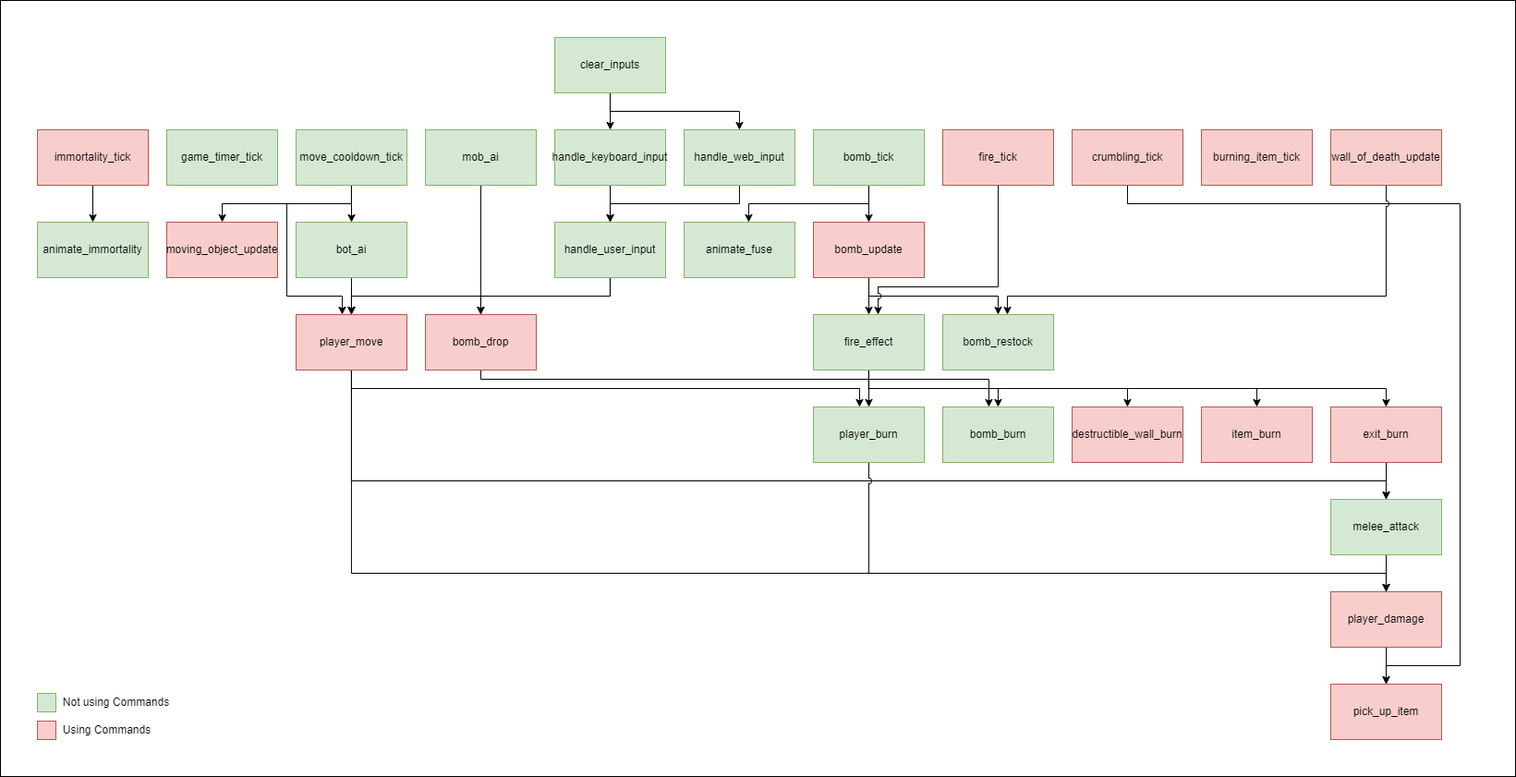
The draw.io diagram doc/systems_graph.drawio.png in aleksa2808/ascii-bomb-ecs, before a commit. Source tidied: cells renumbered, new cells last; positions are measured from the earlier drawing's top-left corner, leaving out a move shared by most shapes.
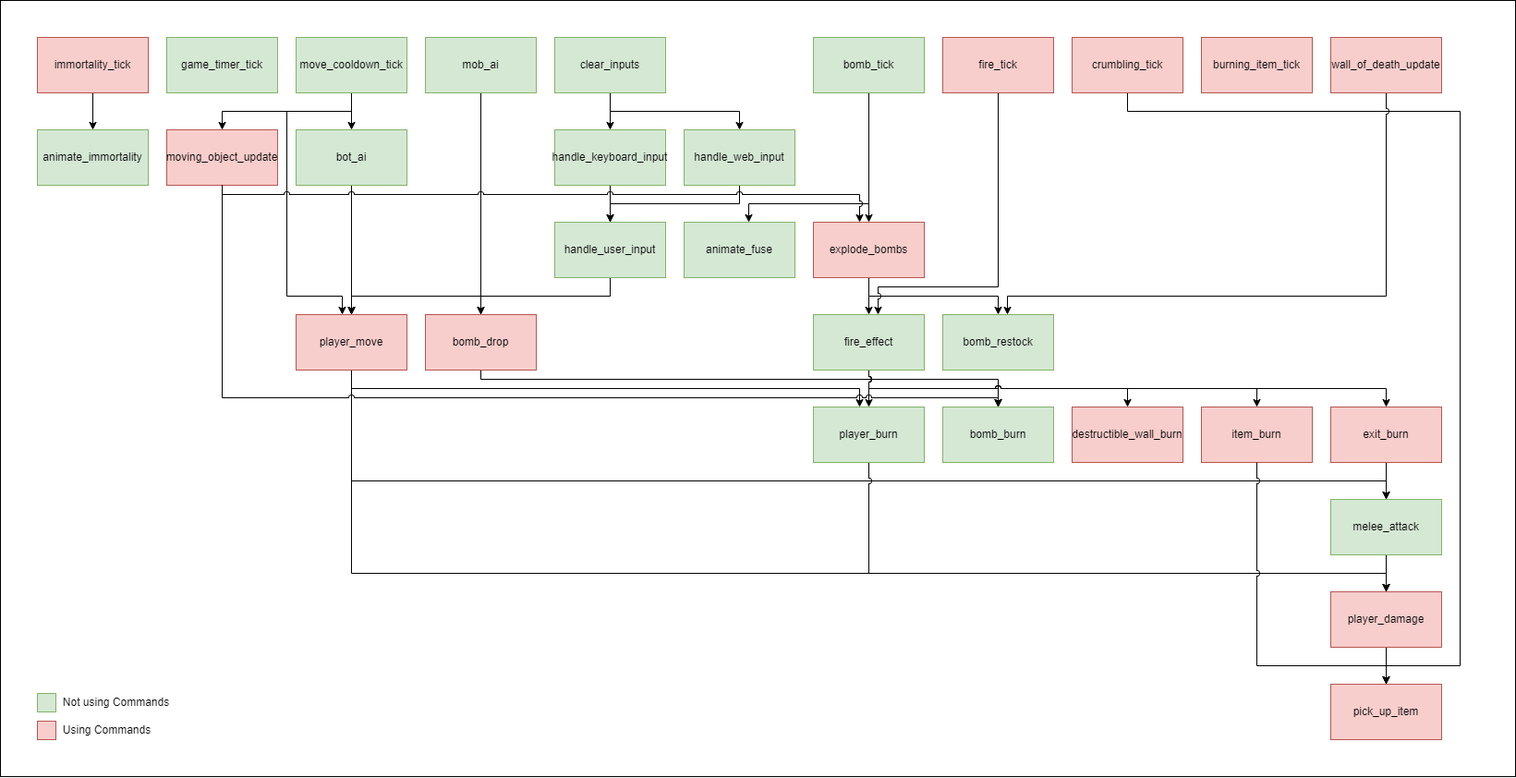
The same diagram one commit later.

Diff of the diagram source:
```diff
@@ -6,7 +6,7 @@
       <mxGeometry width="1640" height="840" as="geometry" />
     </mxCell>
     <mxCell id="3" value="game_timer_tick" style="rounded=0;whiteSpace=wrap;html=1;fillColor=#d5e8d4;strokeColor=#82b366;" parent="1" vertex="1">
-      <mxGeometry x="180" y="140" width="120" height="60" as="geometry" />
+      <mxGeometry x="180" y="40" width="120" height="60" as="geometry" />
     </mxCell>
     <mxCell id="4" style="edgeStyle=orthogonalEdgeStyle;rounded=0;jettySize=auto;html=1;" parent="1" edge="1" source="7" target="20">
       <mxGeometry relative="1" as="geometry" />
@@ -14,8 +14,8 @@
     <mxCell id="5" style="edgeStyle=orthogonalEdgeStyle;rounded=0;jettySize=auto;html=1;" parent="1" edge="1" source="7" target="24">
       <mxGeometry relative="1" as="geometry">
         <Array as="points">
-          <mxPoint x="380" y="220" />
-          <mxPoint x="310" y="220" />
+          <mxPoint x="380" y="120" />
+          <mxPoint x="310" y="120" />
           <mxPoint x="310" y="320" />
           <mxPoint x="370" y="320" />
         </Array>
@@ -24,13 +24,13 @@
     <mxCell id="6" style="edgeStyle=orthogonalEdgeStyle;rounded=0;jettySize=auto;html=1;" parent="1" edge="1" source="7" target="25">
       <mxGeometry relative="1" as="geometry">
         <Array as="points">
-          <mxPoint x="380" y="220" />
-          <mxPoint x="240" y="220" />
+          <mxPoint x="380" y="120" />
+          <mxPoint x="240" y="120" />
         </Array>
       </mxGeometry>
     </mxCell>
     <mxCell id="7" value="move_cooldown_tick" style="whiteSpace=wrap;html=1;fillColor=#d5e8d4;strokeColor=#82b366;" parent="1" vertex="1">
-      <mxGeometry x="320" y="140" width="120" height="60" as="geometry" />
+      <mxGeometry x="320" y="40" width="120" height="60" as="geometry" />
     </mxCell>
     <mxCell id="8" style="edgeStyle=orthogonalEdgeStyle;rounded=0;jettySize=auto;html=1;" parent="1" edge="1" source="12" target="29">
       <mxGeometry relative="1" as="geometry">
@@ -51,8 +51,8 @@
     <mxCell id="10" style="edgeStyle=orthogonalEdgeStyle;rounded=0;jettySize=auto;html=1;exitX=0.5;exitY=1;exitDx=0;exitDy=0;" parent="1" edge="1" source="55" target="41">
       <mxGeometry relative="1" as="geometry">
         <Array as="points">
-          <mxPoint x="1220" y="220" />
-          <mxPoint x="1580" y="220" />
+          <mxPoint x="1220" y="120" />
+          <mxPoint x="1580" y="120" />
           <mxPoint x="1580" y="720" />
           <mxPoint x="1500" y="720" />
         </Array>
@@ -67,13 +67,13 @@
       </mxGeometry>
     </mxCell>
     <mxCell id="12" value="bomb_tick" style="whiteSpace=wrap;html=1;fillColor=#d5e8d4;strokeColor=#82b366;" parent="1" vertex="1">
-      <mxGeometry x="880" y="140" width="120" height="60" as="geometry" />
+      <mxGeometry x="880" y="40" width="120" height="60" as="geometry" />
     </mxCell>
     <mxCell id="13" style="edgeStyle=orthogonalEdgeStyle;rounded=0;jettySize=auto;html=1;" parent="1" edge="1" source="14" target="47">
       <mxGeometry relative="1" as="geometry" />
     </mxCell>
     <mxCell id="14" value="immortality_tick" style="whiteSpace=wrap;html=1;fillColor=#f8cecc;strokeColor=#b85450;" parent="1" vertex="1">
-      <mxGeometry x="40" y="140" width="120" height="60" as="geometry" />
+      <mxGeometry x="40" y="40" width="120" height="60" as="geometry" />
     </mxCell>
     <mxCell id="15" style="edgeStyle=orthogonalEdgeStyle;rounded=0;jettySize=auto;html=1;" parent="1" edge="1" source="17" target="24">
       <mxGeometry relative="1" as="geometry">
@@ -111,7 +111,7 @@
       </mxGeometry>
     </mxCell>
     <mxCell id="20" value="bot_ai" style="whiteSpace=wrap;html=1;fillColor=#d5e8d4;strokeColor=#82b366;" parent="1" vertex="1">
-      <mxGeometry x="320" y="240" width="120" height="60" as="geometry" />
+      <mxGeometry x="320" y="140" width="120" height="60" as="geometry" />
     </mxCell>
     <mxCell id="21" style="edgeStyle=orthogonalEdgeStyle;rounded=0;jettySize=auto;html=1;entryX=0.5;entryY=0;entryDx=0;entryDy=0;" parent="1" edge="1" source="24" target="45">
       <mxGeometry relative="1" as="geometry">
@@ -141,13 +141,13 @@
       <mxGeometry x="320" y="340" width="120" height="60" as="geometry" />
     </mxCell>
     <mxCell id="25" value="moving_object_update" style="whiteSpace=wrap;html=1;fillColor=#f8cecc;strokeColor=#b85450;" parent="1" vertex="1">
-      <mxGeometry x="180" y="240" width="120" height="60" as="geometry" />
+      <mxGeometry x="180" y="140" width="120" height="60" as="geometry" />
     </mxCell>
     <mxCell id="26" style="edgeStyle=orthogonalEdgeStyle;rounded=0;jumpStyle=arc;jettySize=auto;html=1;" parent="1" edge="1" source="27" target="38">
       <mxGeometry relative="1" as="geometry">
         <Array as="points">
           <mxPoint x="520" y="410" />
-          <mxPoint x="1070" y="410" />
+          <mxPoint x="1080" y="410" />
         </Array>
       </mxGeometry>
     </mxCell>
@@ -157,13 +157,13 @@
     <mxCell id="28" style="edgeStyle=orthogonalEdgeStyle;rounded=0;jettySize=auto;html=1;" parent="1" edge="1" source="29" target="35">
       <mxGeometry relative="1" as="geometry" />
     </mxCell>
-    <mxCell id="29" value="bomb_update" style="whiteSpace=wrap;html=1;fillColor=#f8cecc;strokeColor=#b85450;" parent="1" vertex="1">
+    <mxCell id="29" value="explode_bombs" style="whiteSpace=wrap;html=1;fillColor=#f8cecc;strokeColor=#b85450;" parent="1" vertex="1">
       <mxGeometry x="880" y="240" width="120" height="60" as="geometry" />
     </mxCell>
-    <mxCell id="30" style="edgeStyle=orthogonalEdgeStyle;rounded=0;jettySize=auto;html=1;exitX=0.5;exitY=1;exitDx=0;exitDy=0;" parent="1" edge="1" source="35" target="37">
+    <mxCell id="30" style="edgeStyle=orthogonalEdgeStyle;rounded=0;jettySize=auto;html=1;exitX=0.5;exitY=1;exitDx=0;exitDy=0;jumpStyle=arc;" parent="1" edge="1" source="35" target="37">
       <mxGeometry relative="1" as="geometry" />
     </mxCell>
-    <mxCell id="31" style="edgeStyle=orthogonalEdgeStyle;rounded=0;jettySize=auto;html=1;" parent="1" edge="1" source="35" target="38">
+    <mxCell id="31" style="edgeStyle=orthogonalEdgeStyle;rounded=0;jettySize=auto;html=1;jumpStyle=arc;" parent="1" edge="1" source="35" target="38">
       <mxGeometry relative="1" as="geometry">
         <Array as="points">
           <mxPoint x="940" y="420" />
@@ -171,7 +171,7 @@
         </Array>
       </mxGeometry>
     </mxCell>
-    <mxCell id="32" style="edgeStyle=orthogonalEdgeStyle;rounded=0;jettySize=auto;html=1;" parent="1" edge="1" source="35" target="39">
+    <mxCell id="32" style="edgeStyle=orthogonalEdgeStyle;rounded=0;jettySize=auto;html=1;jumpStyle=arc;" parent="1" edge="1" source="35" target="39">
       <mxGeometry relative="1" as="geometry">
         <Array as="points">
           <mxPoint x="940" y="420" />
@@ -179,7 +179,7 @@
         </Array>
       </mxGeometry>
     </mxCell>
-    <mxCell id="33" style="edgeStyle=orthogonalEdgeStyle;rounded=0;jettySize=auto;html=1;" parent="1" edge="1" source="35" target="40">
+    <mxCell id="33" style="edgeStyle=orthogonalEdgeStyle;rounded=0;jettySize=auto;html=1;jumpStyle=arc;" parent="1" edge="1" source="35" target="40">
       <mxGeometry relative="1" as="geometry">
         <Array as="points">
           <mxPoint x="940" y="420" />
@@ -187,7 +187,7 @@
         </Array>
       </mxGeometry>
     </mxCell>
-    <mxCell id="34" style="edgeStyle=orthogonalEdgeStyle;rounded=0;jettySize=auto;html=1;" parent="1" edge="1" source="35" target="51">
+    <mxCell id="34" style="edgeStyle=orthogonalEdgeStyle;rounded=0;jettySize=auto;html=1;jumpStyle=arc;" parent="1" edge="1" source="35" target="51">
       <mxGeometry relative="1" as="geometry">
         <Array as="points">
           <mxPoint x="940" y="420" />
@@ -242,7 +242,7 @@
       <mxGeometry x="740" y="240" width="120" height="60" as="geometry" />
     </mxCell>
     <mxCell id="47" value="animate_immortality" style="whiteSpace=wrap;html=1;fillColor=#d5e8d4;strokeColor=#82b366;" parent="1" vertex="1">
-      <mxGeometry x="40" y="240" width="120" height="60" as="geometry" />
+      <mxGeometry x="40" y="140" width="120" height="60" as="geometry" />
     </mxCell>
     <mxCell id="48" style="edgeStyle=orthogonalEdgeStyle;rounded=0;jettySize=auto;html=1;" parent="1" edge="1" source="49" target="24">
       <mxGeometry relative="1" as="geometry">
@@ -253,7 +253,7 @@
       </mxGeometry>
     </mxCell>
     <mxCell id="49" value="mob_ai" style="whiteSpace=wrap;html=1;fillColor=#d5e8d4;strokeColor=#82b366;" parent="1" vertex="1">
-      <mxGeometry x="460" y="140" width="120" height="60" as="geometry" />
+      <mxGeometry x="460" y="40" width="120" height="60" as="geometry" />
     </mxCell>
     <mxCell id="50" style="edgeStyle=orthogonalEdgeStyle;rounded=0;jettySize=auto;html=1;" parent="1" edge="1" source="51" target="43">
       <mxGeometry relative="1" as="geometry">
@@ -279,13 +279,13 @@
       </mxGeometry>
     </mxCell>
     <mxCell id="54" value="fire_tick" style="whiteSpace=wrap;html=1;fillColor=#f8cecc;strokeColor=#b85450;" parent="1" vertex="1">
-      <mxGeometry x="1020" y="140" width="120" height="60" as="geometry" />
+      <mxGeometry x="1020" y="40" width="120" height="60" as="geometry" />
     </mxCell>
     <mxCell id="55" value="crumbling_tick" style="whiteSpace=wrap;html=1;fillColor=#f8cecc;strokeColor=#b85450;" parent="1" vertex="1">
-      <mxGeometry x="1160" y="140" width="120" height="60" as="geometry" />
+      <mxGeometry x="1160" y="40" width="120" height="60" as="geometry" />
     </mxCell>
     <mxCell id="56" value="burning_item_tick" style="whiteSpace=wrap;html=1;fillColor=#f8cecc;strokeColor=#b85450;" parent="1" vertex="1">
-      <mxGeometry x="1300" y="140" width="120" height="60" as="geometry" />
+      <mxGeometry x="1300" y="40" width="120" height="60" as="geometry" />
     </mxCell>
     <mxCell id="57" style="edgeStyle=orthogonalEdgeStyle;rounded=0;jettySize=auto;html=1;jumpStyle=arc;" parent="1" edge="1" source="58" target="52">
       <mxGeometry relative="1" as="geometry">
@@ -296,7 +296,7 @@
       </mxGeometry>
     </mxCell>
     <mxCell id="58" value="wall_of_death_update" style="whiteSpace=wrap;html=1;fillColor=#f8cecc;strokeColor=#b85450;" parent="1" vertex="1">
-      <mxGeometry x="1440" y="140" width="120" height="60" as="geometry" />
+      <mxGeometry x="1440" y="40" width="120" height="60" as="geometry" />
     </mxCell>
     <mxCell id="59" style="whiteSpace=wrap;html=1;fillColor=#f8cecc;strokeColor=#b85450;" parent="1" vertex="1">
       <mxGeometry x="40" y="780" width="20" height="20" as="geometry" />
@@ -341,5 +341,30 @@
     <mxCell id="69" value="clear_inputs" style="whiteSpace=wrap;html=1;fillColor=#d5e8d4;strokeColor=#82b366;" parent="1" vertex="1">
       <mxGeometry x="600" y="40" width="120" height="60" as="geometry" />
     </mxCell>
+    <mxCell id="70" style="edgeStyle=orthogonalEdgeStyle;rounded=0;jettySize=auto;html=1;jumpStyle=arc;" parent="1" edge="1" source="40" target="41">
+      <mxGeometry relative="1" as="geometry">
+        <Array as="points">
+          <mxPoint x="1360" y="720" />
+          <mxPoint x="1500" y="720" />
+        </Array>
+      </mxGeometry>
+    </mxCell>
+    <mxCell id="71" style="edgeStyle=orthogonalEdgeStyle;rounded=0;jettySize=auto;html=1;jumpStyle=arc;" parent="1" edge="1" source="25" target="29">
+      <mxGeometry relative="1" as="geometry">
+        <Array as="points">
+          <mxPoint x="240" y="210" />
+          <mxPoint x="930" y="210" />
+        </Array>
+      </mxGeometry>
+    </mxCell>
+    <mxCell id="72" style="edgeStyle=orthogonalEdgeStyle;rounded=0;jettySize=auto;html=1;jumpStyle=arc;" parent="1" edge="1" target="38">
+      <mxGeometry relative="1" as="geometry">
+        <mxPoint x="240" y="200" as="sourcePoint" />
+        <Array as="points">
+          <mxPoint x="240" y="430" />
+          <mxPoint x="1080" y="430" />
+        </Array>
+      </mxGeometry>
+    </mxCell>
   </root>
 </mxGraphModel>
```
